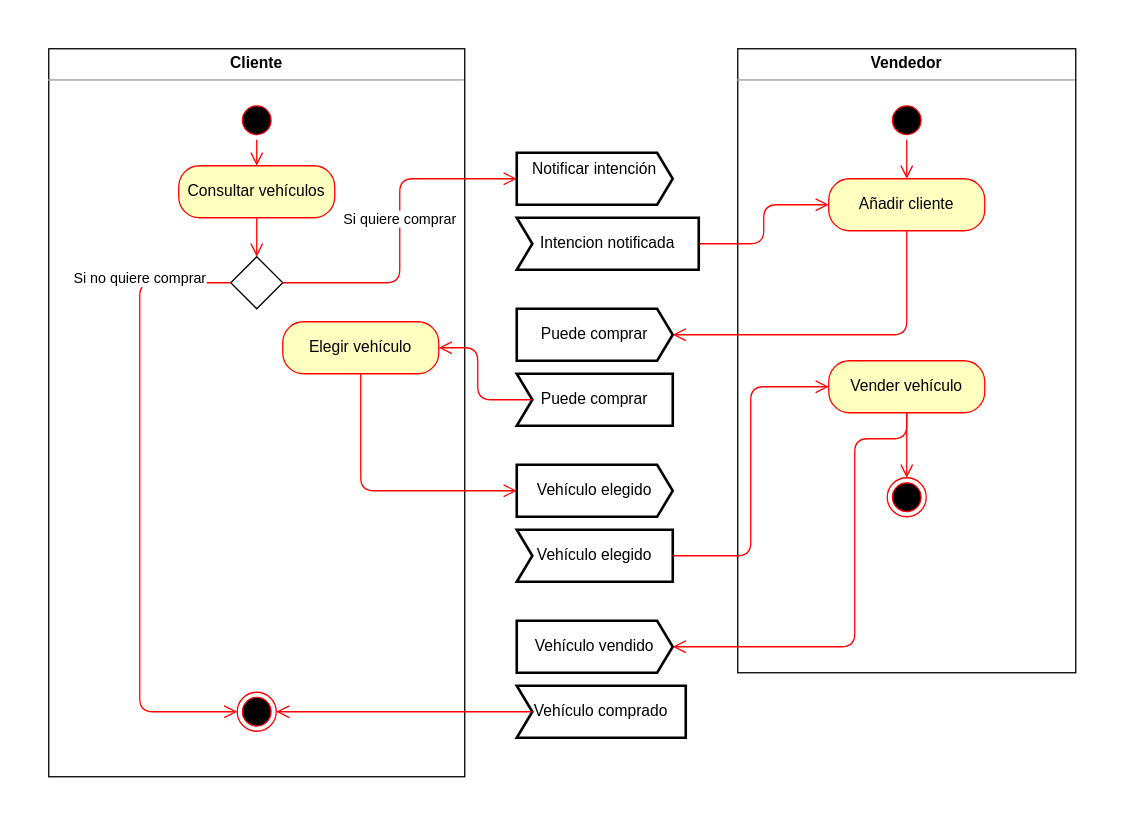
Before: page "Actividad" (3 of 3) of Diagramas/Concesionario.drawio in anfari/ConcesionJArio, a draw.io diagram. Source tidied: cells renumbered, new cells numbered last; positions are measured from the earlier drawing's top-left corner, leaving out a move shared by most shapes. Both pictures are drawn from the tidied source at 130%, with x=0, y=0 at pixel (48, 48).
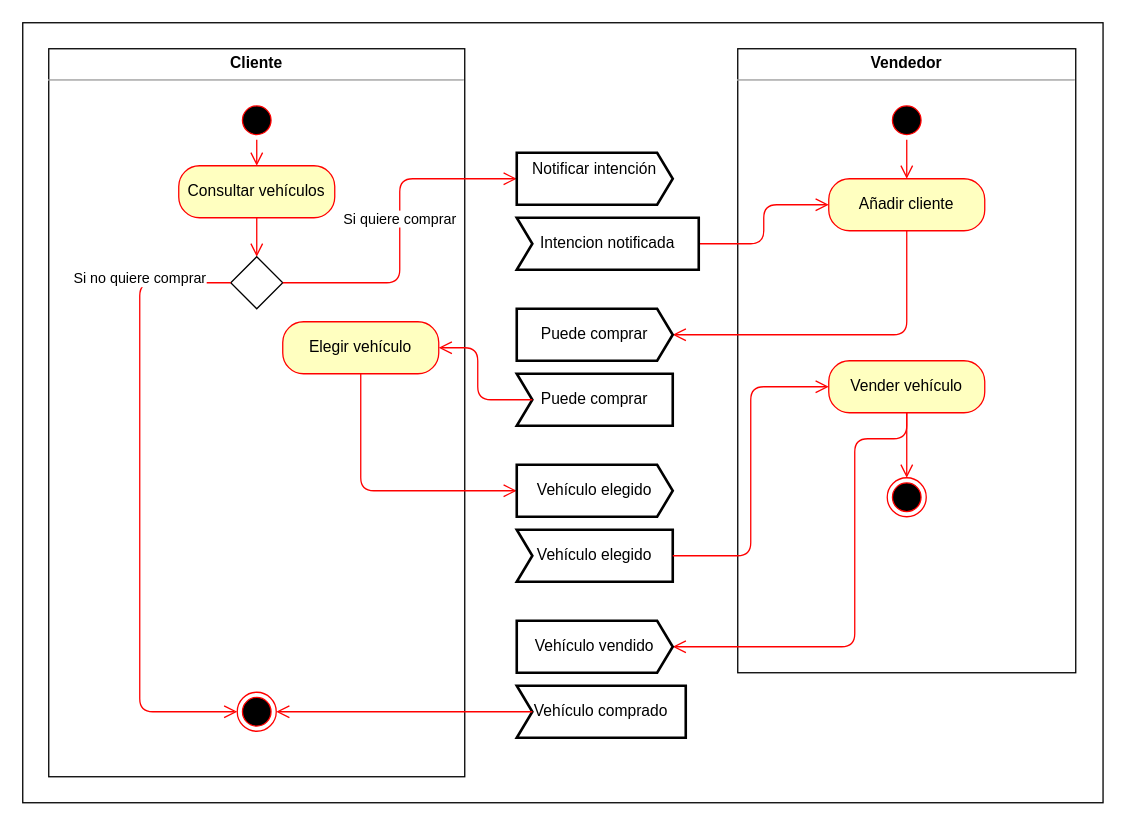
The same diagram, later.

Change to the diagram source:
```diff
@@
+    <mxCell id="34" style="rounded=0;whiteSpace=wrap;html=1;strokeColor=#000000;fillColor=none;" parent="1" vertex="1">
+      <mxGeometry x="-20" y="-20" width="831" height="600" as="geometry" />
+    </mxCell>
```
